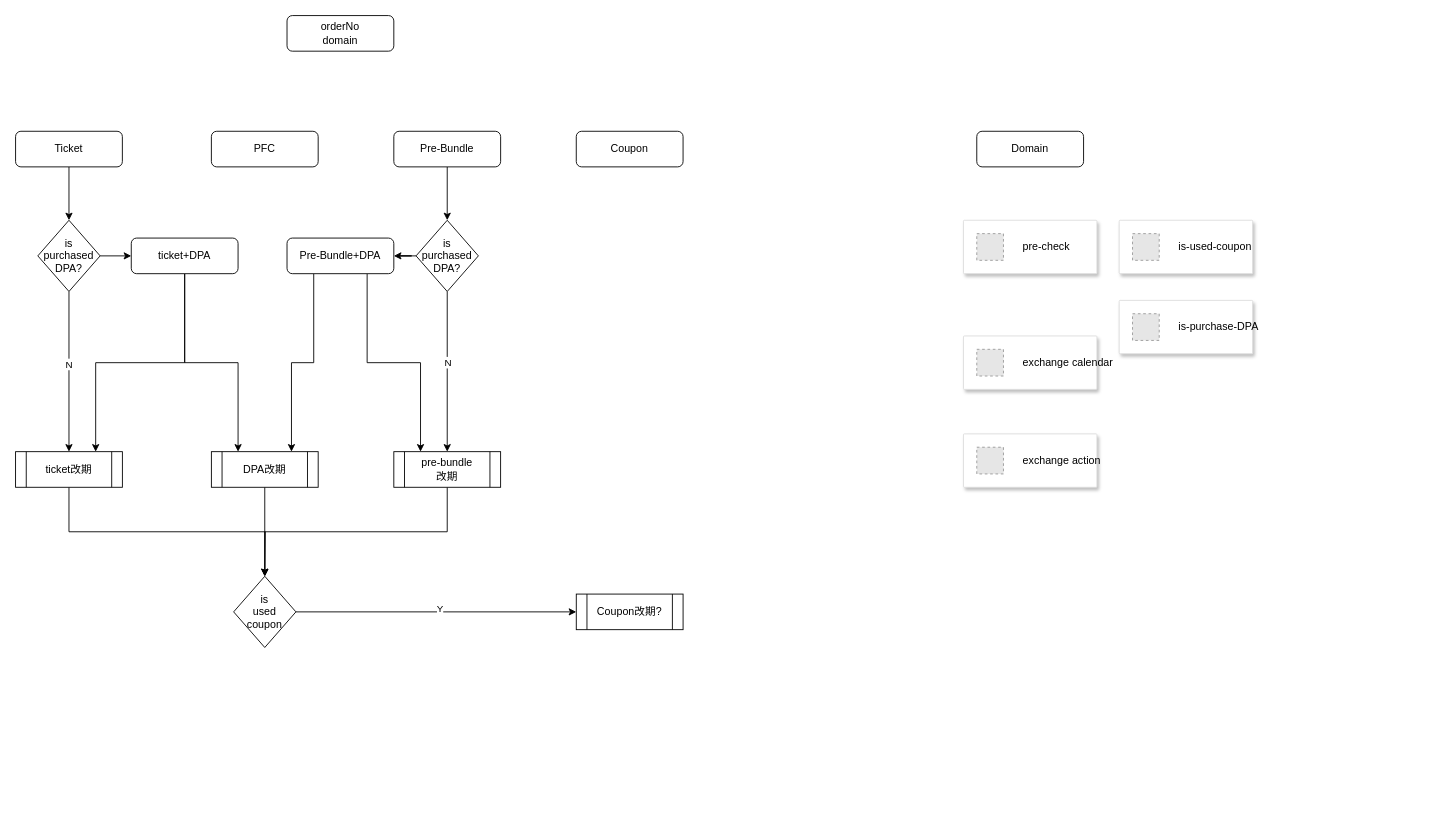
Above: disney/exchange-center.drawio in lixyu/draw (draw.io), before the change. Source tidied: cells renumbered, new cells numbered last; positions are measured from the earlier drawing's top-left corner, leaving out a move shared by most shapes. Both pictures are drawn from the tidied source at 89%, with x=0, y=0 at pixel (15, 15). Pictures stored in the file or linked from it are replaced by grey dashed boxes.
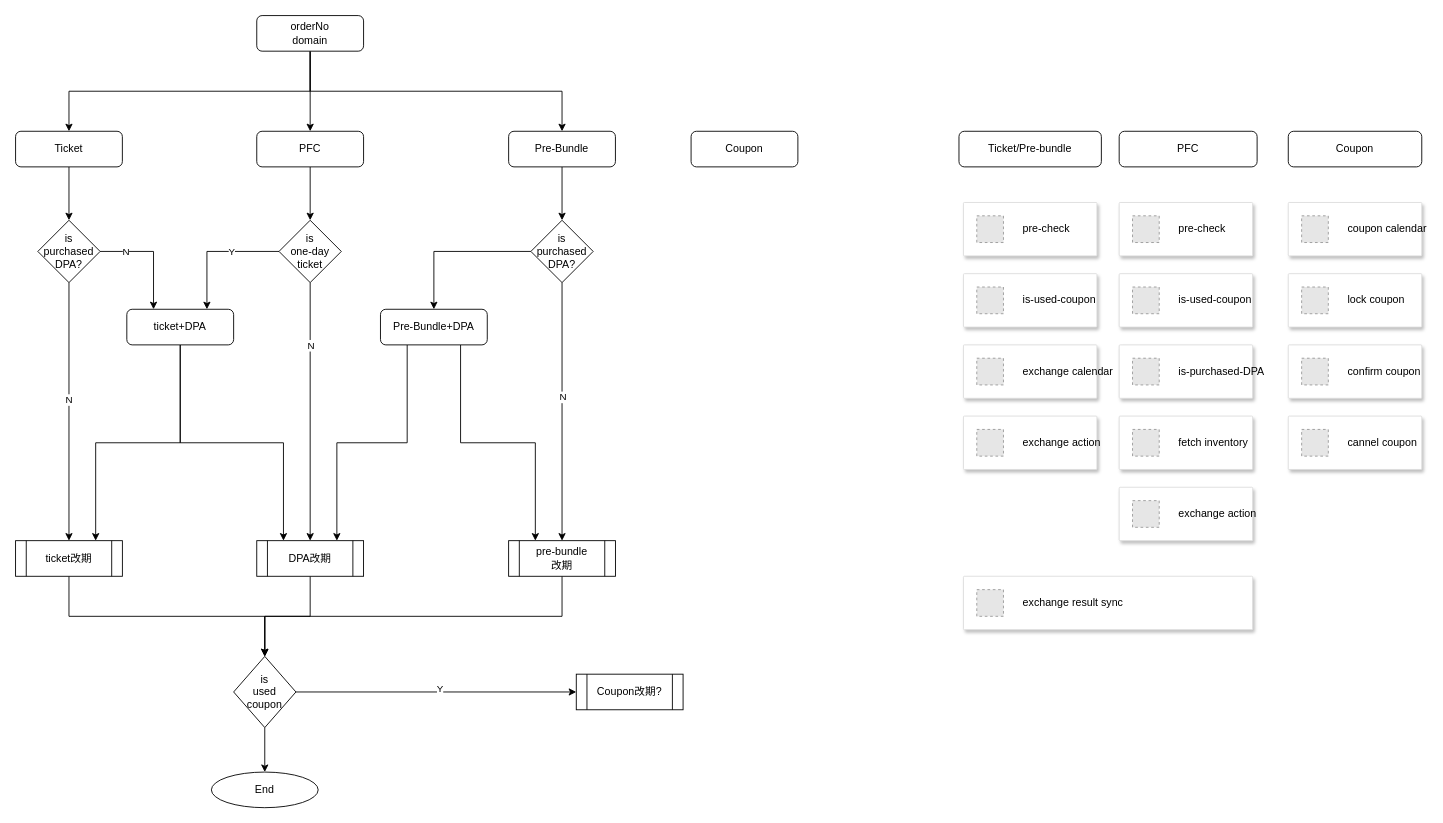
The same diagram, later.

Unchanged cells that the change refers to:
```xml
<mxCell id="5" value="Ticket" style="rounded=1;whiteSpace=wrap;html=1;" parent="1" vertex="1">
  <mxGeometry y="130" width="120" height="40" as="geometry" />
</mxCell>
```

Diff of the diagram source:
```diff
@@
+    <mxCell id="44" style="edgeStyle=orthogonalEdgeStyle;rounded=0;jettySize=auto;html=1;exitX=0.5;exitY=1;exitDx=0;exitDy=0;entryX=0.5;entryY=0;entryDx=0;entryDy=0;" parent="1" edge="1" source="2" target="5">
+      <mxGeometry relative="1" as="geometry" />
+    </mxCell>
+    <mxCell id="45" style="edgeStyle=orthogonalEdgeStyle;rounded=0;jettySize=auto;html=1;exitX=0.5;exitY=1;exitDx=0;exitDy=0;entryX=0.5;entryY=0;entryDx=0;entryDy=0;" parent="1" edge="1" source="2" target="3">
+      <mxGeometry relative="1" as="geometry" />
+    </mxCell>
+    <mxCell id="46" style="edgeStyle=orthogonalEdgeStyle;rounded=0;jettySize=auto;html=1;exitX=0.5;exitY=1;exitDx=0;exitDy=0;entryX=0.5;entryY=0;entryDx=0;entryDy=0;" parent="1" edge="1" source="2" target="8">
+      <mxGeometry relative="1" as="geometry" />
+    </mxCell>
     <mxCell id="2" value="orderNo&lt;div&gt;domain&lt;/div&gt;" style="rounded=1;whiteSpace=wrap;html=1;" parent="1" vertex="1">
-      <mxGeometry x="305" width="120" height="40" as="geometry" />
+      <mxGeometry x="271" width="120" height="40" as="geometry" />
     </mxCell>
+    <mxCell id="47" style="edgeStyle=orthogonalEdgeStyle;rounded=0;jettySize=auto;html=1;exitX=0.5;exitY=1;exitDx=0;exitDy=0;entryX=0.5;entryY=0;entryDx=0;entryDy=0;" parent="1" edge="1" source="3" target="75">
+      <mxGeometry relative="1" as="geometry" />
+    </mxCell>
     <mxCell id="3" value="PFC" style="rounded=1;whiteSpace=wrap;html=1;" parent="1" vertex="1">
-      <mxGeometry x="220" y="130" width="120" height="40" as="geometry" />
+      <mxGeometry x="271" y="130" width="120" height="40" as="geometry" />
     </mxCell>
@@
     <mxCell id="6" value="Coupon" style="rounded=1;whiteSpace=wrap;html=1;" parent="1" vertex="1">
-      <mxGeometry x="630" y="130" width="120" height="40" as="geometry" />
+      <mxGeometry x="759" y="130" width="120" height="40" as="geometry" />
     </mxCell>
@@
     <mxCell id="8" value="Pre-Bundle" style="rounded=1;whiteSpace=wrap;html=1;" parent="1" vertex="1">
-      <mxGeometry x="425" y="130" width="120" height="40" as="geometry" />
+      <mxGeometry x="554" y="130" width="120" height="40" as="geometry" />
     </mxCell>
@@
-    <mxCell id="11" style="edgeStyle=orthogonalEdgeStyle;rounded=0;jettySize=auto;html=1;exitX=1;exitY=0.5;exitDx=0;exitDy=0;entryX=0;entryY=0.5;entryDx=0;entryDy=0;" parent="1" edge="1" source="12" target="23">
+    <mxCell id="11" style="edgeStyle=orthogonalEdgeStyle;rounded=0;jettySize=auto;html=1;exitX=1;exitY=0.5;exitDx=0;exitDy=0;entryX=0.25;entryY=0;entryDx=0;entryDy=0;" parent="1" edge="1" source="12" target="23">
       <mxGeometry relative="1" as="geometry" />
     </mxCell>
+    <mxCell id="48" value="N" style="edgeLabel;html=1;align=center;verticalAlign=middle;" parent="11" vertex="1">
+      <mxGeometry x="-0.55" y="1" relative="1" as="geometry" />
+    </mxCell>
     <mxCell id="12" value="&lt;div&gt;is&lt;/div&gt;purchased&lt;div&gt;DPA?&lt;/div&gt;" style="rhombus;whiteSpace=wrap;html=1;" parent="1" vertex="1">
-      <mxGeometry x="25" y="230" width="70" height="80" as="geometry" />
+      <mxGeometry x="25" y="230" width="70" height="70" as="geometry" />
     </mxCell>
-    <mxCell id="13" style="edgeStyle=orthogonalEdgeStyle;rounded=0;jettySize=auto;html=1;exitX=0.5;exitY=1;exitDx=0;exitDy=0;" parent="1" edge="1" source="14">
-      <mxGeometry relative="1" as="geometry">
-        <mxPoint x="280" y="630" as="targetPoint" />
-      </mxGeometry>
+    <mxCell id="13" style="edgeStyle=orthogonalEdgeStyle;rounded=0;jettySize=auto;html=1;exitX=0.5;exitY=1;exitDx=0;exitDy=0;entryX=0.5;entryY=0;entryDx=0;entryDy=0;" parent="1" edge="1" source="14" target="31">
+      <mxGeometry relative="1" as="geometry" />
     </mxCell>
     <mxCell id="14" value="ticket改期" style="shape=process;whiteSpace=wrap;html=1;backgroundOutline=1;" parent="1" vertex="1">
-      <mxGeometry y="490" width="120" height="40" as="geometry" />
+      <mxGeometry y="590" width="120" height="40" as="geometry" />
     </mxCell>
@@
     <mxCell id="18" value="&lt;div&gt;is&lt;/div&gt;purchased&lt;div&gt;DPA?&lt;/div&gt;" style="rhombus;whiteSpace=wrap;html=1;" parent="1" vertex="1">
-      <mxGeometry x="450" y="230" width="70" height="80" as="geometry" />
+      <mxGeometry x="579" y="230" width="70" height="70" as="geometry" />
     </mxCell>
@@
     <mxCell id="20" value="pre-bundle&lt;div&gt;改期&lt;/div&gt;" style="shape=process;whiteSpace=wrap;html=1;backgroundOutline=1;" parent="1" vertex="1">
-      <mxGeometry x="425" y="490" width="120" height="40" as="geometry" />
+      <mxGeometry x="554" y="590" width="120" height="40" as="geometry" />
     </mxCell>
@@
     <mxCell id="23" value="ticket+DPA" style="rounded=1;whiteSpace=wrap;html=1;" parent="1" vertex="1">
-      <mxGeometry x="130" y="250" width="120" height="40" as="geometry" />
+      <mxGeometry x="125" y="330" width="120" height="40" as="geometry" />
     </mxCell>
@@
     <mxCell id="26" value="Pre-Bundle+DPA" style="rounded=1;whiteSpace=wrap;html=1;" parent="1" vertex="1">
-      <mxGeometry x="305" y="250" width="120" height="40" as="geometry" />
+      <mxGeometry x="410" y="330" width="120" height="40" as="geometry" />
     </mxCell>
@@
     <mxCell id="28" value="DPA改期" style="shape=process;whiteSpace=wrap;html=1;backgroundOutline=1;" parent="1" vertex="1">
-      <mxGeometry x="220" y="490" width="120" height="40" as="geometry" />
+      <mxGeometry x="271" y="590" width="120" height="40" as="geometry" />
     </mxCell>
@@
+    <mxCell id="49" style="edgeStyle=none;rounded=0;jettySize=auto;html=1;exitX=0.5;exitY=1;exitDx=0;exitDy=0;entryX=0.5;entryY=0;entryDx=0;entryDy=0;" parent="1" edge="1" source="31" target="70">
+      <mxGeometry relative="1" as="geometry" />
+    </mxCell>
     <mxCell id="31" value="&lt;div&gt;is&lt;/div&gt;used&lt;br&gt;&lt;div&gt;coupon&lt;/div&gt;" style="rhombus;whiteSpace=wrap;html=1;" parent="1" vertex="1">
-      <mxGeometry x="245" y="630" width="70" height="80" as="geometry" />
+      <mxGeometry x="245" y="720" width="70" height="80" as="geometry" />
     </mxCell>
     <mxCell id="32" value="Coupon改期?" style="shape=process;whiteSpace=wrap;html=1;backgroundOutline=1;" parent="1" vertex="1">
-      <mxGeometry x="630" y="650" width="120" height="40" as="geometry" />
+      <mxGeometry x="630" y="740" width="120" height="40" as="geometry" />
     </mxCell>
-    <mxCell id="33" value="Domain" style="rounded=1;whiteSpace=wrap;html=1;" parent="1" vertex="1">
-      <mxGeometry x="1080" y="130" width="120" height="40" as="geometry" />
+    <mxCell id="33" value="Ticket/Pre-bundle" style="rounded=1;whiteSpace=wrap;html=1;" parent="1" vertex="1">
+      <mxGeometry x="1060" y="130" width="160" height="40" as="geometry" />
     </mxCell>
     <mxCell id="34" style="strokeColor=#dddddd;shadow=1;strokeWidth=1;rounded=1;absoluteArcSize=1;arcSize=2;" parent="1" vertex="1">
-      <mxGeometry x="1065" y="230" width="150" height="60" as="geometry" />
+      <mxGeometry x="1065" y="210" width="150" height="60" as="geometry" />
     </mxCell>
@@
     <mxCell id="36" style="strokeColor=#dddddd;shadow=1;strokeWidth=1;rounded=1;absoluteArcSize=1;arcSize=2;" parent="1" vertex="1">
-      <mxGeometry x="1065" y="360" width="150" height="60" as="geometry" />
+      <mxGeometry x="1065" y="370" width="150" height="60" as="geometry" />
     </mxCell>
@@
     <mxCell id="38" style="strokeColor=#dddddd;shadow=1;strokeWidth=1;rounded=1;absoluteArcSize=1;arcSize=2;" parent="1" vertex="1">
-      <mxGeometry x="1065" y="470" width="150" height="60" as="geometry" />
+      <mxGeometry x="1065" y="450" width="150" height="60" as="geometry" />
     </mxCell>
@@
     <mxCell id="40" style="strokeColor=#dddddd;shadow=1;strokeWidth=1;rounded=1;absoluteArcSize=1;arcSize=2;" parent="1" vertex="1">
-      <mxGeometry x="1240" y="230" width="150" height="60" as="geometry" />
+      <mxGeometry x="1065" y="290" width="150" height="60" as="geometry" />
     </mxCell>
@@
     <mxCell id="42" style="strokeColor=#dddddd;shadow=1;strokeWidth=1;rounded=1;absoluteArcSize=1;arcSize=2;" parent="1" vertex="1">
-      <mxGeometry x="1240" y="320" width="150" height="60" as="geometry" />
+      <mxGeometry x="1240" y="370" width="150" height="60" as="geometry" />
     </mxCell>
-    <mxCell id="43" value="&lt;font color=&quot;#000000&quot;&gt;is-purchase-DPA&lt;/font&gt;" style="fillColor=#E6E6E6;strokeColor=#999999;dashed=1;html=1;fontColor=#999999;verticalLabelPosition=middle;verticalAlign=middle;labelPosition=right;align=left;spacingLeft=20;" parent="42" vertex="1">
+    <mxCell id="43" value="&lt;font color=&quot;#000000&quot;&gt;is-purchased-DPA&lt;/font&gt;" style="fillColor=#E6E6E6;strokeColor=#999999;dashed=1;html=1;fontColor=#999999;verticalLabelPosition=middle;verticalAlign=middle;labelPosition=right;align=left;spacingLeft=20;" parent="42" vertex="1">
       <mxGeometry width="30" height="30" relative="1" as="geometry">
         <mxPoint x="15" y="15" as="offset" />
       </mxGeometry>
     </mxCell>
+    <mxCell id="50" value="PFC" style="rounded=1;whiteSpace=wrap;html=1;" parent="1" vertex="1">
+      <mxGeometry x="1240" y="130" width="155" height="40" as="geometry" />
+    </mxCell>
+    <mxCell id="51" value="Coupon" style="rounded=1;whiteSpace=wrap;html=1;" parent="1" vertex="1">
+      <mxGeometry x="1430" y="130" width="150" height="40" as="geometry" />
+    </mxCell>
+    <mxCell id="52" style="strokeColor=#dddddd;shadow=1;strokeWidth=1;rounded=1;absoluteArcSize=1;arcSize=2;" parent="1" vertex="1">
+      <mxGeometry x="1240" y="290" width="150" height="60" as="geometry" />
+    </mxCell>
+    <mxCell id="53" value="&lt;font color=&quot;#000000&quot;&gt;is-used-coupon&lt;/font&gt;" style="fillColor=#E6E6E6;strokeColor=#999999;dashed=1;html=1;fontColor=#999999;verticalLabelPosition=middle;verticalAlign=middle;labelPosition=right;align=left;spacingLeft=20;" parent="52" vertex="1">
+      <mxGeometry width="30" height="30" relative="1" as="geometry">
+        <mxPoint x="15" y="15" as="offset" />
+      </mxGeometry>
+    </mxCell>
+    <mxCell id="54" style="strokeColor=#dddddd;shadow=1;strokeWidth=1;rounded=1;absoluteArcSize=1;arcSize=2;" parent="1" vertex="1">
+      <mxGeometry x="1240" y="210" width="150" height="60" as="geometry" />
+    </mxCell>
+    <mxCell id="55" value="&lt;font color=&quot;#000000&quot;&gt;pre-check&lt;/font&gt;" style="fillColor=#E6E6E6;strokeColor=#999999;dashed=1;html=1;fontColor=#999999;verticalLabelPosition=middle;verticalAlign=middle;labelPosition=right;align=left;spacingLeft=20;" parent="54" vertex="1">
+      <mxGeometry width="30" height="30" relative="1" as="geometry">
+        <mxPoint x="15" y="15" as="offset" />
+      </mxGeometry>
+    </mxCell>
+    <mxCell id="56" style="strokeColor=#dddddd;shadow=1;strokeWidth=1;rounded=1;absoluteArcSize=1;arcSize=2;" parent="1" vertex="1">
+      <mxGeometry x="1240" y="530" width="150" height="60" as="geometry" />
+    </mxCell>
+    <mxCell id="57" value="&lt;font color=&quot;#000000&quot;&gt;exchange action&lt;/font&gt;" style="fillColor=#E6E6E6;strokeColor=#999999;dashed=1;html=1;fontColor=#999999;verticalLabelPosition=middle;verticalAlign=middle;labelPosition=right;align=left;spacingLeft=20;" parent="56" vertex="1">
+      <mxGeometry width="30" height="30" relative="1" as="geometry">
+        <mxPoint x="15" y="15" as="offset" />
+      </mxGeometry>
+    </mxCell>
+    <mxCell id="58" style="strokeColor=#dddddd;shadow=1;strokeWidth=1;rounded=1;absoluteArcSize=1;arcSize=2;" parent="1" vertex="1">
+      <mxGeometry x="1430" y="370" width="150" height="60" as="geometry" />
+    </mxCell>
+    <mxCell id="59" value="&lt;font color=&quot;#000000&quot;&gt;confirm coupon&lt;/font&gt;" style="fillColor=#E6E6E6;strokeColor=#999999;dashed=1;html=1;fontColor=#999999;verticalLabelPosition=middle;verticalAlign=middle;labelPosition=right;align=left;spacingLeft=20;" parent="58" vertex="1">
+      <mxGeometry width="30" height="30" relative="1" as="geometry">
+        <mxPoint x="15" y="15" as="offset" />
+      </mxGeometry>
+    </mxCell>
+    <mxCell id="60" style="strokeColor=#dddddd;shadow=1;strokeWidth=1;rounded=1;absoluteArcSize=1;arcSize=2;" parent="1" vertex="1">
+      <mxGeometry x="1430" y="290" width="150" height="60" as="geometry" />
+    </mxCell>
+    <mxCell id="61" value="&lt;font color=&quot;#000000&quot;&gt;lock coupon&lt;/font&gt;" style="fillColor=#E6E6E6;strokeColor=#999999;dashed=1;html=1;fontColor=#999999;verticalLabelPosition=middle;verticalAlign=middle;labelPosition=right;align=left;spacingLeft=20;" parent="60" vertex="1">
+      <mxGeometry width="30" height="30" relative="1" as="geometry">
+        <mxPoint x="15" y="15" as="offset" />
+      </mxGeometry>
+    </mxCell>
+    <mxCell id="62" style="strokeColor=#dddddd;shadow=1;strokeWidth=1;rounded=1;absoluteArcSize=1;arcSize=2;" parent="1" vertex="1">
+      <mxGeometry x="1430" y="210" width="150" height="60" as="geometry" />
+    </mxCell>
+    <mxCell id="63" value="&lt;font color=&quot;#000000&quot;&gt;coupon calendar&lt;/font&gt;" style="fillColor=#E6E6E6;strokeColor=#999999;dashed=1;html=1;fontColor=#999999;verticalLabelPosition=middle;verticalAlign=middle;labelPosition=right;align=left;spacingLeft=20;" parent="62" vertex="1">
+      <mxGeometry width="30" height="30" relative="1" as="geometry">
+        <mxPoint x="15" y="15" as="offset" />
+      </mxGeometry>
+    </mxCell>
+    <mxCell id="64" style="strokeColor=#dddddd;shadow=1;strokeWidth=1;rounded=1;absoluteArcSize=1;arcSize=2;" parent="1" vertex="1">
+      <mxGeometry x="1430" y="450" width="150" height="60" as="geometry" />
+    </mxCell>
+    <mxCell id="65" value="&lt;font color=&quot;#000000&quot;&gt;cannel coupon&lt;/font&gt;" style="fillColor=#E6E6E6;strokeColor=#999999;dashed=1;html=1;fontColor=#999999;verticalLabelPosition=middle;verticalAlign=middle;labelPosition=right;align=left;spacingLeft=20;" parent="64" vertex="1">
+      <mxGeometry width="30" height="30" relative="1" as="geometry">
+        <mxPoint x="15" y="15" as="offset" />
+      </mxGeometry>
+    </mxCell>
+    <mxCell id="66" style="strokeColor=#dddddd;shadow=1;strokeWidth=1;rounded=1;absoluteArcSize=1;arcSize=2;" parent="1" vertex="1">
+      <mxGeometry x="1240" y="450" width="150" height="60" as="geometry" />
+    </mxCell>
+    <mxCell id="67" value="&lt;font color=&quot;#000000&quot;&gt;fetch inventory&lt;/font&gt;" style="fillColor=#E6E6E6;strokeColor=#999999;dashed=1;html=1;fontColor=#999999;verticalLabelPosition=middle;verticalAlign=middle;labelPosition=right;align=left;spacingLeft=20;" parent="66" vertex="1">
+      <mxGeometry width="30" height="30" relative="1" as="geometry">
+        <mxPoint x="15" y="15" as="offset" />
+      </mxGeometry>
+    </mxCell>
+    <mxCell id="68" style="strokeColor=#dddddd;shadow=1;strokeWidth=1;rounded=1;absoluteArcSize=1;arcSize=2;" parent="1" vertex="1">
+      <mxGeometry x="1065" y="630" width="325" height="60" as="geometry" />
+    </mxCell>
+    <mxCell id="69" value="&lt;font color=&quot;#000000&quot;&gt;exchange result sync&lt;/font&gt;" style="fillColor=#E6E6E6;strokeColor=#999999;dashed=1;html=1;fontColor=#999999;verticalLabelPosition=middle;verticalAlign=middle;labelPosition=right;align=left;spacingLeft=20;" parent="68" vertex="1">
+      <mxGeometry width="30" height="30" relative="1" as="geometry">
+        <mxPoint x="15" y="15" as="offset" />
+      </mxGeometry>
+    </mxCell>
+    <mxCell id="70" value="End" style="ellipse;whiteSpace=wrap;html=1;" parent="1" vertex="1">
+      <mxGeometry x="220" y="850" width="120" height="40" as="geometry" />
+    </mxCell>
+    <mxCell id="71" style="edgeStyle=orthogonalEdgeStyle;rounded=0;jettySize=auto;html=1;exitX=0;exitY=0.5;exitDx=0;exitDy=0;entryX=0.75;entryY=0;entryDx=0;entryDy=0;" parent="1" edge="1" source="75" target="23">
+      <mxGeometry relative="1" as="geometry" />
+    </mxCell>
+    <mxCell id="72" value="Y" style="edgeLabel;html=1;align=center;verticalAlign=middle;" parent="71" vertex="1">
+      <mxGeometry x="-0.04" y="-1" relative="1" as="geometry">
+        <mxPoint x="16" y="1" as="offset" />
+      </mxGeometry>
+    </mxCell>
+    <mxCell id="73" style="edgeStyle=orthogonalEdgeStyle;rounded=0;jettySize=auto;html=1;exitX=0.5;exitY=1;exitDx=0;exitDy=0;entryX=0.5;entryY=0;entryDx=0;entryDy=0;" parent="1" edge="1" source="75" target="28">
+      <mxGeometry relative="1" as="geometry" />
+    </mxCell>
+    <mxCell id="74" value="N" style="edgeLabel;html=1;align=center;verticalAlign=middle;" parent="73" vertex="1">
+      <mxGeometry x="-0.52" relative="1" as="geometry" />
+    </mxCell>
+    <mxCell id="75" value="&lt;div&gt;is&lt;/div&gt;&lt;div&gt;one-day&lt;br&gt;ticket&lt;/div&gt;" style="rhombus;whiteSpace=wrap;html=1;" parent="1" vertex="1">
+      <mxGeometry x="296" y="230" width="70" height="70" as="geometry" />
+    </mxCell>
+    <mxCell id="76" style="edgeStyle=orthogonalEdgeStyle;rounded=0;orthogonalLoop=1;jettySize=auto;html=1;exitX=0.5;exitY=1;exitDx=0;exitDy=0;" parent="1" edge="1" source="75" target="75">
+      <mxGeometry relative="1" as="geometry" />
+    </mxCell>
```
